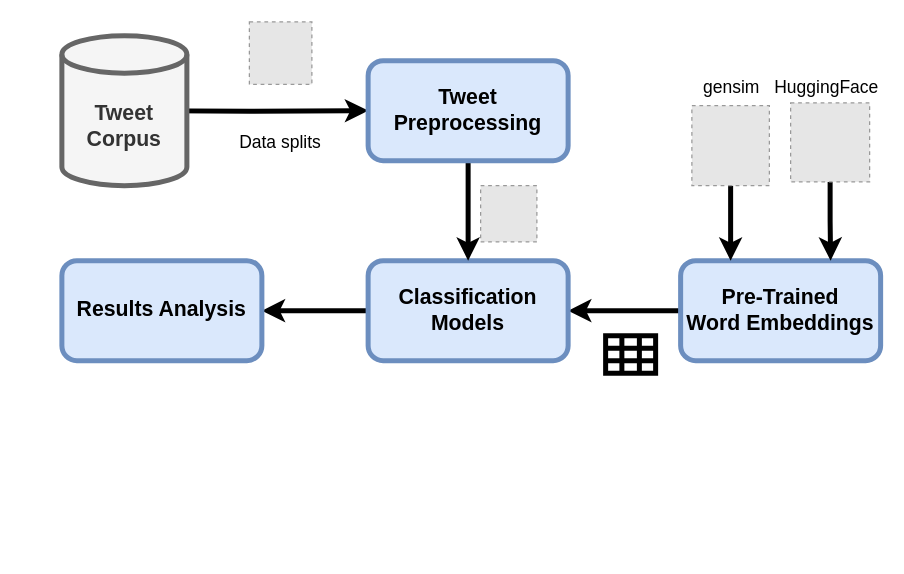
This is sei_sigilo_methodology.drawio from viniciusrpb/drawio_flowcharts, a draw.io file, before an edit. Source tidied: cells renumbered, new cells numbered last; positions are measured from the earlier drawing's top-left corner, leaving out a move shared by most shapes. Both pictures are drawn from the tidied source at 125%, with x=0, y=0 at pixel (61, 21). Pictures stored in the file or linked from it are replaced by grey dashed boxes.
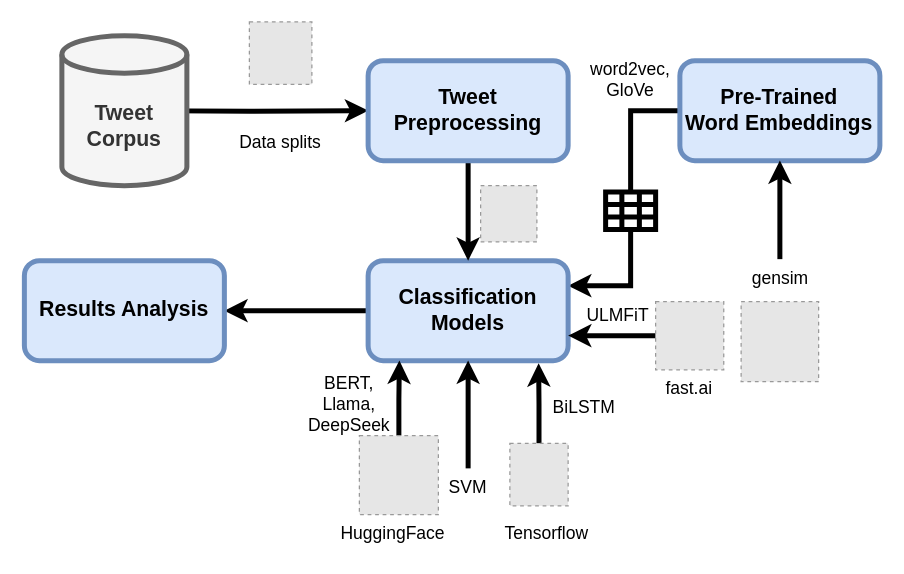
After the change.

Unchanged cells that the change refers to:
```xml
<mxCell id="6" value="Classification&lt;div&gt;Models&lt;/div&gt;" style="rounded=1;whiteSpace=wrap;html=1;strokeWidth=4;fontSize=17;fontStyle=1;fillColor=#dae8fc;strokeColor=#6c8ebf;" parent="1" vertex="1">
  <mxGeometry x="245" y="191" width="160" height="80" as="geometry" />
</mxCell>
```

Diff of the diagram source:
```diff
@@
-    <mxCell id="3" style="edgeStyle=orthogonalEdgeStyle;rounded=0;jettySize=auto;html=1;entryX=1;entryY=0.5;entryDx=0;entryDy=0;strokeWidth=4;exitX=0;exitY=0.5;exitDx=0;exitDy=0;" parent="1" edge="1" source="13" target="6">
+    <mxCell id="3" style="edgeStyle=orthogonalEdgeStyle;rounded=0;jettySize=auto;html=1;entryX=1;entryY=0.25;entryDx=0;entryDy=0;strokeWidth=4;exitX=0;exitY=0.5;exitDx=0;exitDy=0;" parent="1" edge="1" source="13" target="6">
       <mxGeometry relative="1" as="geometry">
         <Array as="points">
-          <mxPoint x="435" y="231" />
-          <mxPoint x="435" y="231" />
+          <mxPoint x="455" y="71" />
+          <mxPoint x="455" y="211" />
         </Array>
       </mxGeometry>
     </mxCell>
@@
     <mxCell id="11" value="Results Analysis" style="rounded=1;whiteSpace=wrap;html=1;strokeWidth=4;fontSize=17;fontStyle=1;fillColor=#dae8fc;strokeColor=#6c8ebf;" parent="1" vertex="1">
-      <mxGeometry y="191" width="160" height="80" as="geometry" />
+      <mxGeometry x="-30" y="191" width="160" height="80" as="geometry" />
     </mxCell>
@@
     <mxCell id="13" value="Pre-Trained&lt;div&gt;Word Embeddings&lt;/div&gt;" style="rounded=1;whiteSpace=wrap;html=1;strokeWidth=4;fontSize=17;fontStyle=1;fillColor=#dae8fc;strokeColor=#6c8ebf;" parent="1" vertex="1">
-      <mxGeometry x="495" y="191" width="160" height="80" as="geometry" />
+      <mxGeometry x="494.4" y="31" width="160" height="80" as="geometry" />
     </mxCell>
     <mxCell id="14" style="shape=table;startSize=0;childLayout=tableLayout;fontSize=16;strokeWidth=4;" parent="1" vertex="1">
-      <mxGeometry x="435" y="251" width="40" height="30" as="geometry" />
+      <mxGeometry x="435" y="136" width="40" height="30" as="geometry" />
     </mxCell>
@@
-    <mxCell id="27" style="edgeStyle=orthogonalEdgeStyle;rounded=0;jettySize=auto;html=1;entryX=0.75;entryY=0;entryDx=0;entryDy=0;fontSize=14;strokeWidth=4;" parent="1" edge="1" source="28" target="13">
-      <mxGeometry relative="1" as="geometry" />
-    </mxCell>
+    <mxCell id="33" style="edgeStyle=orthogonalEdgeStyle;rounded=0;jettySize=auto;html=1;exitX=0.5;exitY=0;exitDx=0;exitDy=0;entryX=0.25;entryY=1;entryDx=0;entryDy=0;strokeWidth=4;" parent="1" edge="1" source="28">
+      <mxGeometry relative="1" as="geometry">
+        <mxPoint x="270" y="271" as="targetPoint" />
+      </mxGeometry>
+    </mxCell>
     <mxCell id="28" style="fillColor=#E6E6E6;strokeColor=#999999;dashed=1;verticalLabelPosition=bottom;labelBackgroundColor=default;verticalAlign=top;" parent="1" vertex="1">
-      <mxGeometry x="583" y="64.8" width="63.2" height="63.2" as="geometry" />
+      <mxGeometry x="238" y="331" width="63.2" height="63.2" as="geometry" />
     </mxCell>
-    <mxCell id="29" style="edgeStyle=orthogonalEdgeStyle;rounded=0;jettySize=auto;html=1;entryX=0.25;entryY=0;entryDx=0;entryDy=0;fontSize=14;strokeWidth=4;" parent="1" edge="1" source="30" target="13">
-      <mxGeometry relative="1" as="geometry" />
+    <mxCell id="29" style="edgeStyle=orthogonalEdgeStyle;rounded=0;jettySize=auto;html=1;entryX=0.5;entryY=1;entryDx=0;entryDy=0;fontSize=14;strokeWidth=4;" parent="1" edge="1" source="31" target="13">
+      <mxGeometry relative="1" as="geometry">
+        <Array as="points">
+          <mxPoint x="574" y="161" />
+        </Array>
+      </mxGeometry>
     </mxCell>
     <mxCell id="30" style="fillColor=#E6E6E6;strokeColor=#999999;dashed=1;verticalLabelPosition=bottom;labelBackgroundColor=default;verticalAlign=top;" parent="1" vertex="1">
-      <mxGeometry x="504" y="67" width="62" height="64" as="geometry" />
+      <mxGeometry x="543.4" y="223.8" width="62" height="64" as="geometry" />
     </mxCell>
+    <mxCell id="32" value="HuggingFace" style="text;html=1;align=center;verticalAlign=middle;whiteSpace=wrap;rounded=0;fontSize=14;" parent="1" vertex="1">
+      <mxGeometry x="235" y="394.2" width="60" height="30" as="geometry" />
+    </mxCell>
-    <mxCell id="31" value="gensim" style="text;html=1;align=center;verticalAlign=middle;whiteSpace=wrap;rounded=0;fontSize=14;" parent="1" vertex="1">
-      <mxGeometry x="506" y="37" width="60" height="30" as="geometry" />
+    <mxCell id="31" value="gensim" style="text;html=1;align=center;verticalAlign=middle;whiteSpace=wrap;rounded=0;fontSize=14;fillColor=default;" parent="1" vertex="1">
+      <mxGeometry x="545.4" y="190" width="60" height="30" as="geometry" />
     </mxCell>
-    <mxCell id="32" value="HuggingFace" style="text;html=1;align=center;verticalAlign=middle;whiteSpace=wrap;rounded=0;fontSize=14;" parent="1" vertex="1">
-      <mxGeometry x="582" y="37" width="60" height="30" as="geometry" />
-    </mxCell>
+    <mxCell id="34" value="BERT, Llama, DeepSeek" style="text;html=1;align=center;verticalAlign=middle;whiteSpace=wrap;rounded=0;fontSize=14;" parent="1" vertex="1">
+      <mxGeometry x="200" y="291" width="60" height="30" as="geometry" />
+    </mxCell>
+    <mxCell id="35" value="word2vec, GloVe" style="text;html=1;align=center;verticalAlign=middle;whiteSpace=wrap;rounded=0;fontSize=14;" parent="1" vertex="1">
+      <mxGeometry x="425" y="31" width="60" height="30" as="geometry" />
+    </mxCell>
+    <mxCell id="36" style="edgeStyle=orthogonalEdgeStyle;rounded=0;jettySize=auto;html=1;entryX=0.75;entryY=1;entryDx=0;entryDy=0;strokeWidth=4;" parent="1" edge="1" source="37">
+      <mxGeometry relative="1" as="geometry">
+        <mxPoint x="381.4" y="273.2" as="targetPoint" />
+      </mxGeometry>
+    </mxCell>
+    <mxCell id="37" style="fillColor=#E6E6E6;strokeColor=#999999;dashed=1;verticalLabelPosition=bottom;labelBackgroundColor=default;verticalAlign=top;" parent="1" vertex="1">
+      <mxGeometry x="358.4" y="337.2" width="46.6" height="50" as="geometry" />
+    </mxCell>
+    <mxCell id="38" value="BiLSTM" style="text;html=1;align=center;verticalAlign=middle;whiteSpace=wrap;rounded=0;fontSize=14;" parent="1" vertex="1">
+      <mxGeometry x="388" y="293.2" width="60" height="30" as="geometry" />
+    </mxCell>
+    <mxCell id="39" style="edgeStyle=orthogonalEdgeStyle;rounded=0;jettySize=auto;html=1;entryX=0.5;entryY=1;entryDx=0;entryDy=0;fontSize=14;strokeWidth=4;" parent="1" edge="1" source="40" target="6">
+      <mxGeometry relative="1" as="geometry" />
+    </mxCell>
+    <mxCell id="40" value="SVM" style="text;html=1;align=center;verticalAlign=middle;whiteSpace=wrap;rounded=0;fontSize=14;" parent="1" vertex="1">
+      <mxGeometry x="295" y="357.2" width="60" height="30" as="geometry" />
+    </mxCell>
+    <mxCell id="41" style="edgeStyle=orthogonalEdgeStyle;rounded=0;jettySize=auto;html=1;entryX=1;entryY=0.75;entryDx=0;entryDy=0;strokeWidth=4;" parent="1" edge="1" source="42" target="6">
+      <mxGeometry relative="1" as="geometry" />
+    </mxCell>
+    <mxCell id="42" style="fillColor=#E6E6E6;strokeColor=#999999;dashed=1;verticalLabelPosition=bottom;labelBackgroundColor=default;verticalAlign=top;" parent="1" vertex="1">
+      <mxGeometry x="475" y="223.8" width="54.5" height="54.5" as="geometry" />
+    </mxCell>
+    <mxCell id="43" value="Tensorflow" style="text;html=1;align=center;verticalAlign=middle;whiteSpace=wrap;rounded=0;fontSize=14;" parent="1" vertex="1">
+      <mxGeometry x="358.4" y="394.2" width="60" height="30" as="geometry" />
+    </mxCell>
+    <mxCell id="44" value="ULMFiT" style="text;html=1;align=center;verticalAlign=middle;whiteSpace=wrap;rounded=0;fontSize=14;" parent="1" vertex="1">
+      <mxGeometry x="415" y="220" width="60" height="30" as="geometry" />
+    </mxCell>
+    <mxCell id="45" value="fast.ai" style="text;html=1;align=center;verticalAlign=middle;whiteSpace=wrap;rounded=0;fontSize=14;" parent="1" vertex="1">
+      <mxGeometry x="472.2" y="278.2" width="60" height="30" as="geometry" />
+    </mxCell>
```
